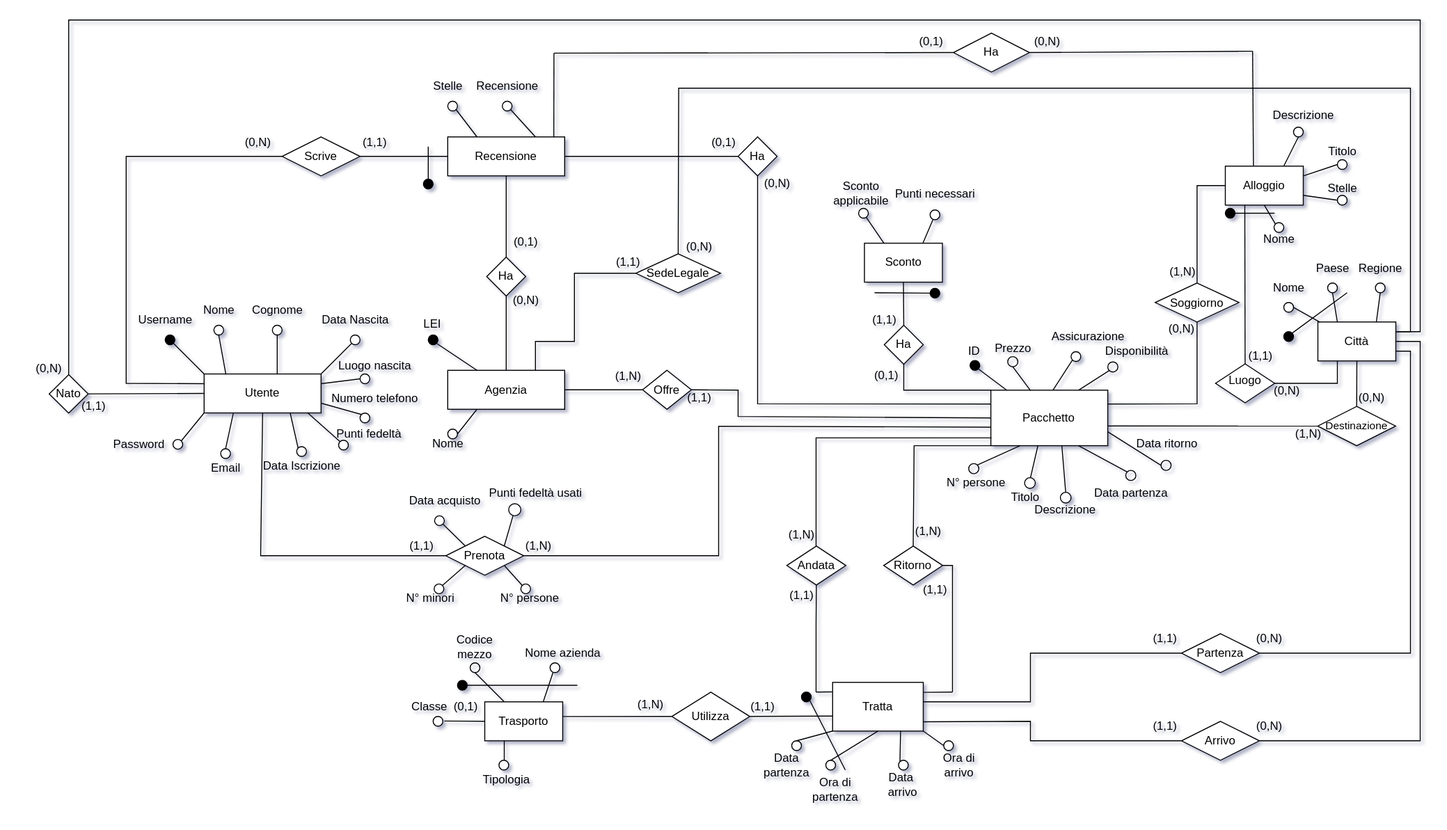
Before: relazione/assets/ER_logico.svg, a diagram exported from draw.io (bustre/Easy-travel). Source tidied: cells renumbered, new cells last; positions are measured from the earlier drawing's top-left corner, leaving out a move shared by most shapes.
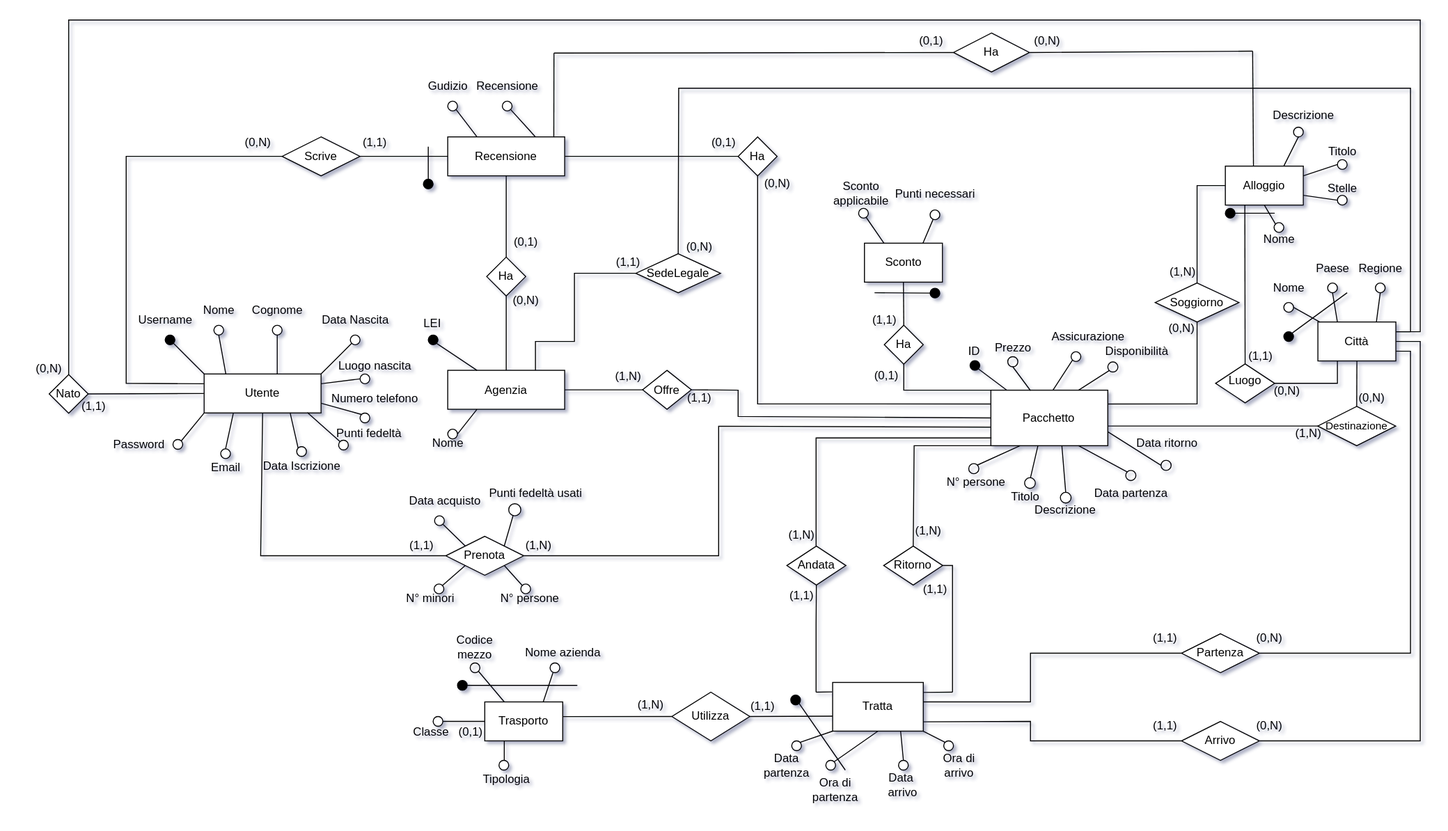
After the commit.

Diff of the diagram source:
```diff
@@ -350,8 +350,8 @@
     <mxCell id="96" style="ellipse;whiteSpace=wrap;html=1;" parent="1" vertex="1">
       <mxGeometry x="439" y="83.4" width="10" height="10" as="geometry" />
     </mxCell>
-    <mxCell id="97" value="Stelle" style="text;html=1;align=center;verticalAlign=middle;strokeColor=none;fillColor=none;" parent="1" vertex="1">
-      <mxGeometry x="414" y="53.4" width="50" height="30" as="geometry" />
+    <mxCell id="97" value="Gudizio" style="text;html=1;align=center;verticalAlign=middle;strokeColor=none;fillColor=none;" parent="1" vertex="1">
+      <mxGeometry x="409" y="53.4" width="60" height="30" as="geometry" />
     </mxCell>
     <mxCell id="98" style="ellipse;whiteSpace=wrap;html=1;" parent="1" vertex="1">
       <mxGeometry x="495" y="83.4" width="10" height="10" as="geometry" />
@@ -585,7 +585,7 @@
     <mxCell id="160" value="N° minori" style="text;html=1;align=center;verticalAlign=middle;strokeColor=none;fillColor=none;" parent="1" vertex="1">
       <mxGeometry x="386" y="579" width="70" height="30" as="geometry" />
     </mxCell>
-    <mxCell id="161" style="endArrow=none;html=1;rounded=0;exitX=0.25;exitY=0;exitDx=0;exitDy=0;entryX=0.5;entryY=1;entryDx=0;entryDy=0;" parent="1" edge="1" source="59" target="162">
+    <mxCell id="161" style="endArrow=none;html=1;rounded=0;exitX=0.25;exitY=0;exitDx=0;exitDy=0;entryX=1;entryY=1;entryDx=0;entryDy=0;" parent="1" edge="1" source="59" target="162">
       <mxGeometry relative="1" as="geometry" />
     </mxCell>
     <mxCell id="162" style="ellipse;whiteSpace=wrap;html=1;fillColor=none;" parent="1" vertex="1">
@@ -731,13 +731,13 @@
     <mxCell id="204" style="ellipse;whiteSpace=wrap;html=1;" parent="1" vertex="1">
       <mxGeometry x="792" y="740" width="10" height="10" as="geometry" />
     </mxCell>
-    <mxCell id="205" style="endArrow=none;html=1;rounded=0;entryX=0;entryY=1;entryDx=0;entryDy=0;exitX=0.5;exitY=0;exitDx=0;exitDy=0;" parent="1" edge="1" source="204" target="193">
+    <mxCell id="205" style="endArrow=none;html=1;rounded=0;entryX=0;entryY=1;entryDx=0;entryDy=0;exitX=1;exitY=0;exitDx=0;exitDy=0;" parent="1" edge="1" source="204" target="193">
       <mxGeometry relative="1" as="geometry" />
     </mxCell>
-    <mxCell id="206" style="ellipse;whiteSpace=wrap;html=1;" parent="1" vertex="1">
+    <mxCell id="206" style="ellipse;whiteSpace=wrap;html=1;direction=south;" parent="1" vertex="1">
       <mxGeometry x="827" y="760" width="10" height="10" as="geometry" />
     </mxCell>
-    <mxCell id="207" style="endArrow=none;html=1;rounded=0;entryX=0.5;entryY=1;entryDx=0;entryDy=0;exitX=0.5;exitY=0;exitDx=0;exitDy=0;" parent="1" edge="1" source="206" target="193">
+    <mxCell id="207" style="endArrow=none;html=1;rounded=0;entryX=0.5;entryY=1;entryDx=0;entryDy=0;exitX=0;exitY=0;exitDx=0;exitDy=0;" parent="1" edge="1" source="206" target="193">
       <mxGeometry relative="1" as="geometry" />
     </mxCell>
     <mxCell id="208" value="Data&lt;br&gt;&amp;nbsp;arrivo" style="text;html=1;align=center;verticalAlign=middle;strokeColor=none;fillColor=none;" parent="1" vertex="1">
@@ -749,14 +749,14 @@
     <mxCell id="210" style="ellipse;whiteSpace=wrap;html=1;" parent="1" vertex="1">
       <mxGeometry x="948" y="740" width="10" height="10" as="geometry" />
     </mxCell>
-    <mxCell id="211" style="endArrow=none;html=1;rounded=0;entryX=0.75;entryY=1;entryDx=0;entryDy=0;exitX=0;exitY=0;exitDx=0;exitDy=0;" parent="1" edge="1" source="209" target="193">
+    <mxCell id="211" style="endArrow=none;html=1;rounded=0;entryX=0.75;entryY=1;entryDx=0;entryDy=0;exitX=0.5;exitY=0;exitDx=0;exitDy=0;" parent="1" edge="1" source="209" target="193">
       <mxGeometry relative="1" as="geometry" />
     </mxCell>
-    <mxCell id="212" style="endArrow=none;html=1;rounded=0;entryX=1;entryY=1;entryDx=0;entryDy=0;exitX=0;exitY=0.5;exitDx=0;exitDy=0;" parent="1" edge="1" source="210" target="193">
+    <mxCell id="212" style="endArrow=none;html=1;rounded=0;entryX=1;entryY=1;entryDx=0;entryDy=0;exitX=0;exitY=0;exitDx=0;exitDy=0;" parent="1" edge="1" source="210" target="193">
       <mxGeometry relative="1" as="geometry" />
     </mxCell>
     <mxCell id="213" style="ellipse;whiteSpace=wrap;html=1;fillColor=#000000;" parent="1" vertex="1">
-      <mxGeometry x="802" y="690" width="10" height="10" as="geometry" />
+      <mxGeometry x="791" y="693" width="10" height="10" as="geometry" />
     </mxCell>
     <mxCell id="214" style="endArrow=none;html=1;rounded=0;entryX=1;entryY=1;entryDx=0;entryDy=0;" parent="1" edge="1" target="213">
       <mxGeometry relative="1" as="geometry">
@@ -806,10 +806,10 @@
     <mxCell id="225" style="ellipse;whiteSpace=wrap;html=1;" parent="1" vertex="1">
       <mxGeometry x="424" y="715" width="10" height="10" as="geometry" />
     </mxCell>
-    <mxCell id="226" value="&amp;nbsp; &amp;nbsp; Classe&amp;nbsp; (0,1)" style="text;html=1;align=center;verticalAlign=middle;points=[];strokeColor=none;fillColor=none;" parent="1" vertex="1">
-      <mxGeometry x="379" y="690" width="100" height="30" as="geometry" />
+    <mxCell id="226" value="&amp;nbsp; &amp;nbsp;Classe&amp;nbsp; &amp;nbsp;(0,1)" style="text;html=1;align=center;verticalAlign=middle;points=[];strokeColor=none;fillColor=none;" parent="1" vertex="1">
+      <mxGeometry x="384" y="716" width="100" height="30" as="geometry" />
     </mxCell>
-    <mxCell id="227" style="endArrow=none;html=1;rounded=0;entryX=0;entryY=0.5;entryDx=0;entryDy=0;exitX=0.565;exitY=0.99;exitDx=0;exitDy=0;exitPerimeter=0;" parent="1" edge="1" source="226" target="59">
+    <mxCell id="227" style="endArrow=none;html=1;rounded=0;entryX=0;entryY=0.5;entryDx=0;entryDy=0;exitX=1;exitY=0.5;exitDx=0;exitDy=0;" parent="1" edge="1" source="225" target="59">
       <mxGeometry relative="1" as="geometry" />
     </mxCell>
     <mxCell id="228" style="endArrow=none;html=1;rounded=0;entryX=0.25;entryY=1;entryDx=0;entryDy=0;" parent="1" edge="1" target="59">
```
